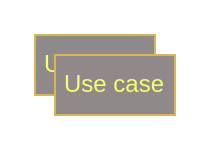
The draw.io diagram page "NCKH-Phòng trọ" (4 of 4) of CMC/Nháp.drawio in tranthihuong-753/test, before the edit. Source tidied: cells renumbered, new cells numbered last; positions are measured from the earlier drawing's top-left corner, leaving out a move shared by most shapes. Both pictures are drawn from the tidied source at 200%, with x=0, y=0 at pixel (34, 34).
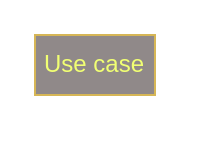
The same diagram, later.

What changed in the source:
```diff
@@
 <mxGraphModel>
   <root>
     <mxCell id="0" />
     <mxCell id="1" parent="0" />
     <mxCell id="2" value="Use case" style="text;html=1;align=center;verticalAlign=middle;whiteSpace=wrap;rounded=0;fillColor=light-dark(#908989, #281d00);strokeColor=#d6b656;fontColor=#F1FF73;" parent="1" vertex="1">
       <mxGeometry width="60" height="30" as="geometry" />
     </mxCell>
-    <mxCell id="3" value="Use case" style="text;html=1;align=center;verticalAlign=middle;whiteSpace=wrap;rounded=0;fillColor=light-dark(#908989, #281d00);strokeColor=#d6b656;fontColor=#F1FF73;" parent="1" vertex="1">
-      <mxGeometry x="10" y="10" width="60" height="30" as="geometry" />
-    </mxCell>
   </root>
 </mxGraphModel>
```
